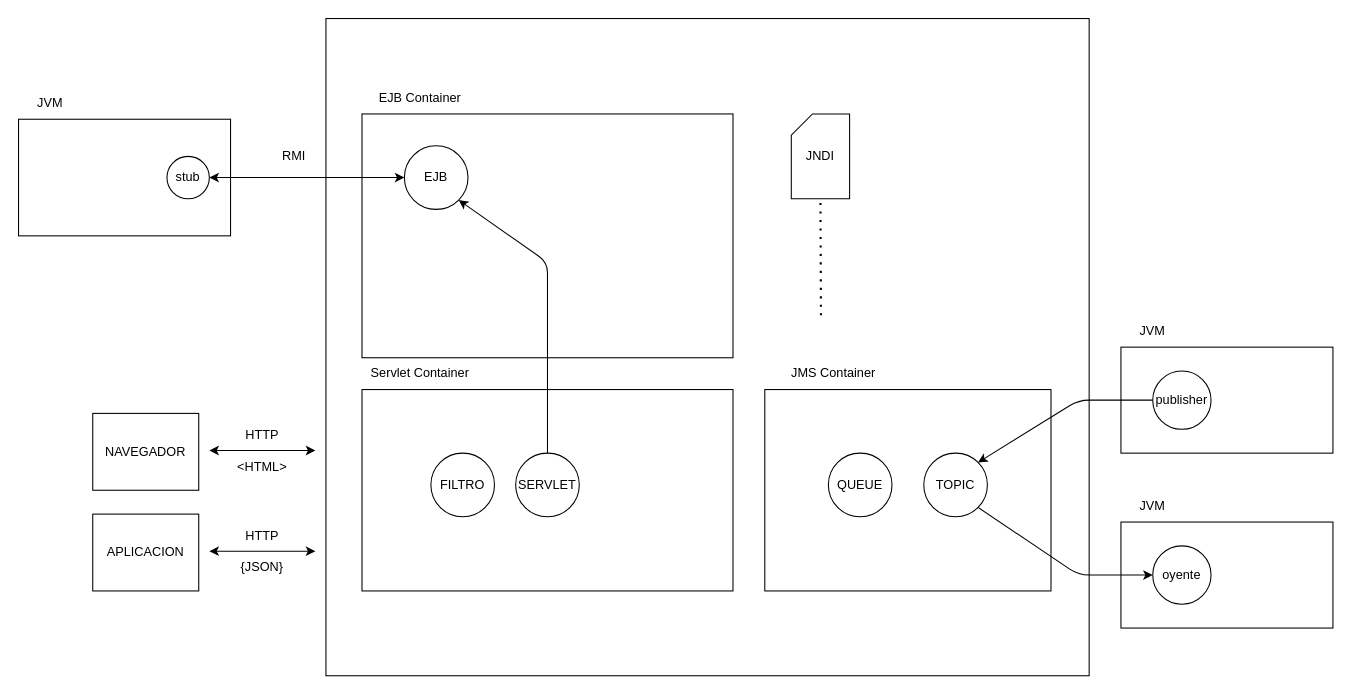
lrag/JEE keeps this draw.io diagram as page "Página-2" (2 of 25) of diagramas.drawio. Above is the earlier version. Source tidied: cells renumbered, new cells numbered last; positions are measured from the earlier drawing's top-left corner, leaving out a move shared by most shapes. Both pictures are drawn from the tidied source at 106%, with x=0, y=0 at pixel (18, 18).
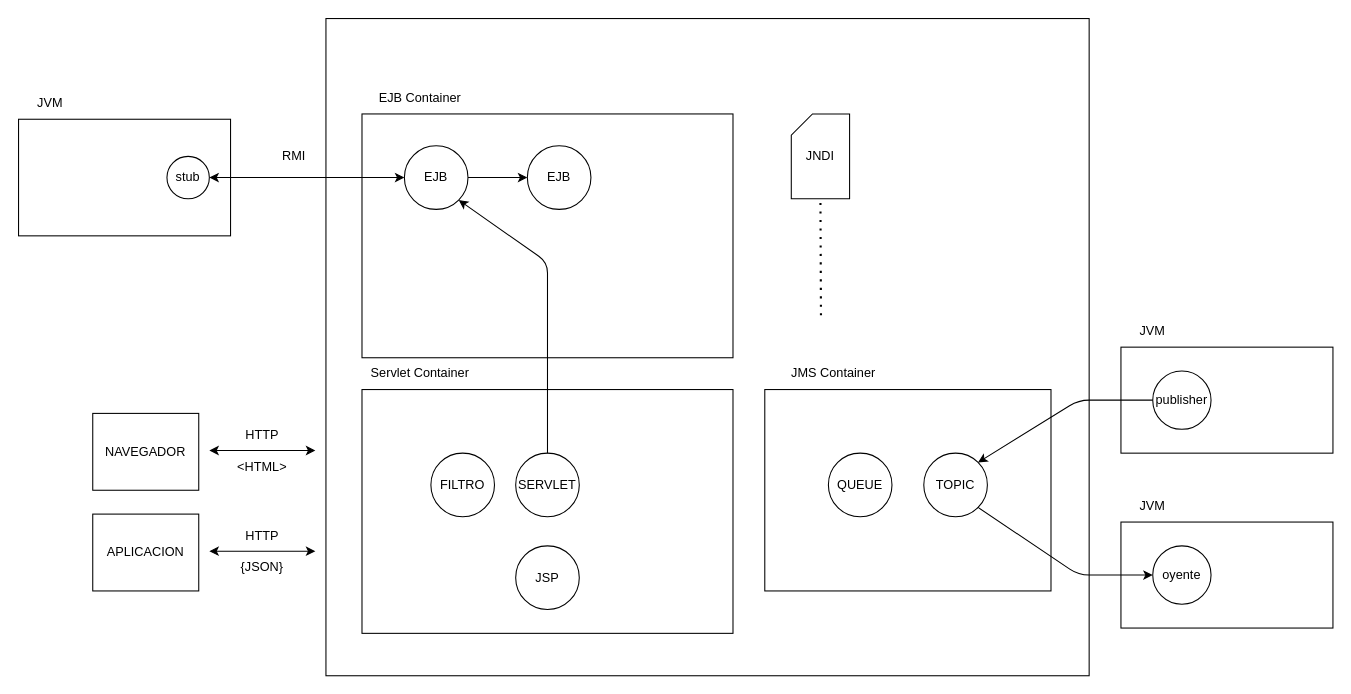
The same page after the edit.

The change refers to these unchanged cells:
```xml
<mxCell id="13" value="EJB" style="ellipse;whiteSpace=wrap;html=1;" parent="1" vertex="1">
  <mxGeometry x="364" y="120" width="60" height="60" as="geometry" />
</mxCell>
```

What changed in the source:
```diff
@@
     <mxCell id="3" style="rounded=0;whiteSpace=wrap;html=1;" parent="1" vertex="1">
-      <mxGeometry x="324" y="350" width="350" height="190" as="geometry" />
+      <mxGeometry x="324" y="350" width="350" height="230" as="geometry" />
     </mxCell>
@@
+    <mxCell id="38" style="edgeStyle=orthogonalEdgeStyle;rounded=0;jettySize=auto;html=1;fontSize=24;" parent="1" edge="1" source="13" target="40">
+      <mxGeometry relative="1" as="geometry" />
+    </mxCell>
@@
+    <mxCell id="39" value="JSP" style="ellipse;whiteSpace=wrap;html=1;" parent="1" vertex="1">
+      <mxGeometry x="469" y="497.5" width="60" height="60" as="geometry" />
+    </mxCell>
+    <mxCell id="40" value="EJB" style="ellipse;whiteSpace=wrap;html=1;" parent="1" vertex="1">
+      <mxGeometry x="480" y="120" width="60" height="60" as="geometry" />
+    </mxCell>
```
